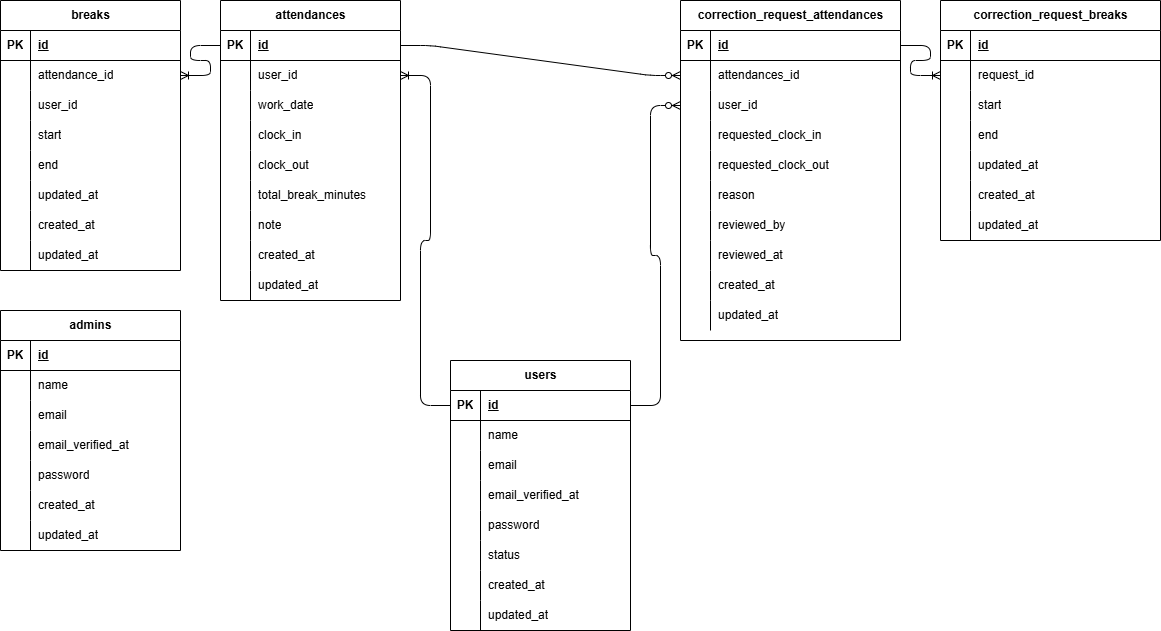
This is ER.drawio.png from shinzawa/tsutomu-mogi2, a draw.io export, as it was before one commit. Source tidied: cells renumbered, new cells last; positions are measured from the earlier drawing's top-left corner, leaving out a move shared by most shapes.
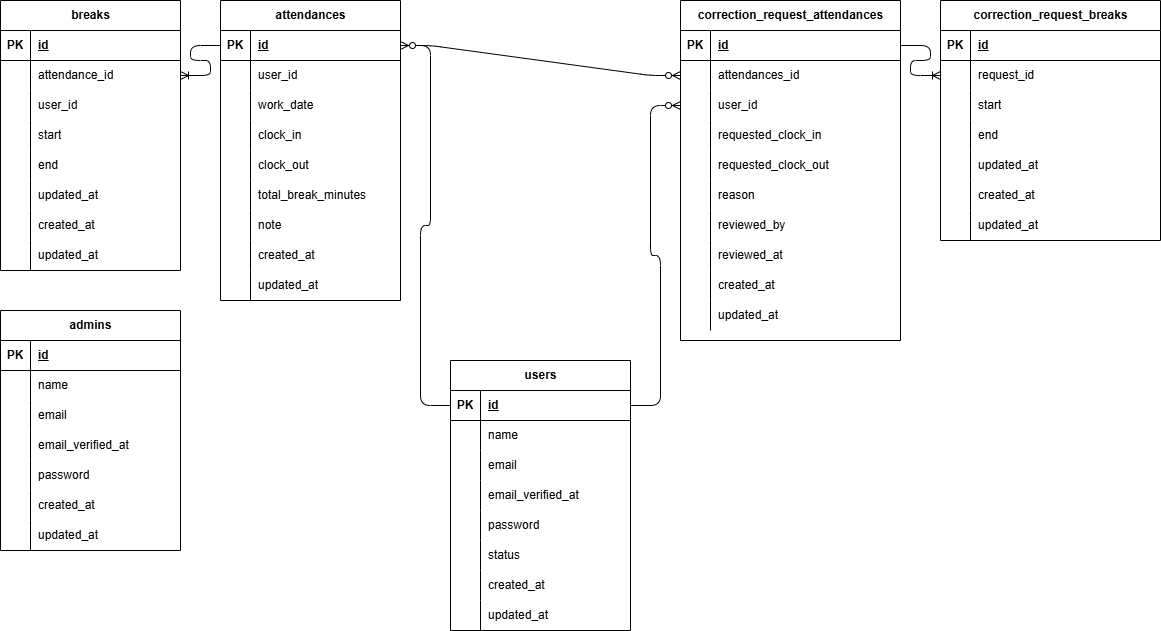
After the change.

What changed in the source:
```diff
@@ -152,14 +152,6 @@
     <mxCell id="51" value="updated_at" style="shape=partialRectangle;fillColor=none;top=0;left=0;bottom=0;right=0;align=left;spacingLeft=6;overflow=hidden;whiteSpace=wrap;html=1;" parent="49" vertex="1">
       <mxGeometry x="30" width="150" height="30" as="geometry" />
     </mxCell>
-    <mxCell id="52" style="edgeStyle=entityRelationEdgeStyle;fontSize=12;html=1;endArrow=ERoneToMany;" parent="1" edge="1" source="3" target="132">
-      <mxGeometry relative="1" as="geometry">
-        <Array as="points">
-          <mxPoint x="250" y="145" />
-          <mxPoint x="250" y="135" />
-        </Array>
-      </mxGeometry>
-    </mxCell>
     <mxCell id="53" value="admins" style="shape=table;startSize=30;rowLines=0;fontStyle=1;align=center;html=1;" parent="1" vertex="1">
       <mxGeometry y="310" width="180" height="240" as="geometry" />
     </mxCell>
@@ -485,5 +477,8 @@
     <mxCell id="159" style="edgeStyle=entityRelationEdgeStyle;fontSize=12;html=1;endArrow=ERoneToMany;" parent="1" edge="1" source="129" target="31">
       <mxGeometry relative="1" as="geometry" />
     </mxCell>
+    <mxCell id="160" style="edgeStyle=entityRelationEdgeStyle;fontSize=12;html=1;endArrow=ERzeroToMany;endFill=1;" parent="1" edge="1" source="3" target="129">
+      <mxGeometry relative="1" as="geometry" />
+    </mxCell>
   </root>
 </mxGraphModel>
```
